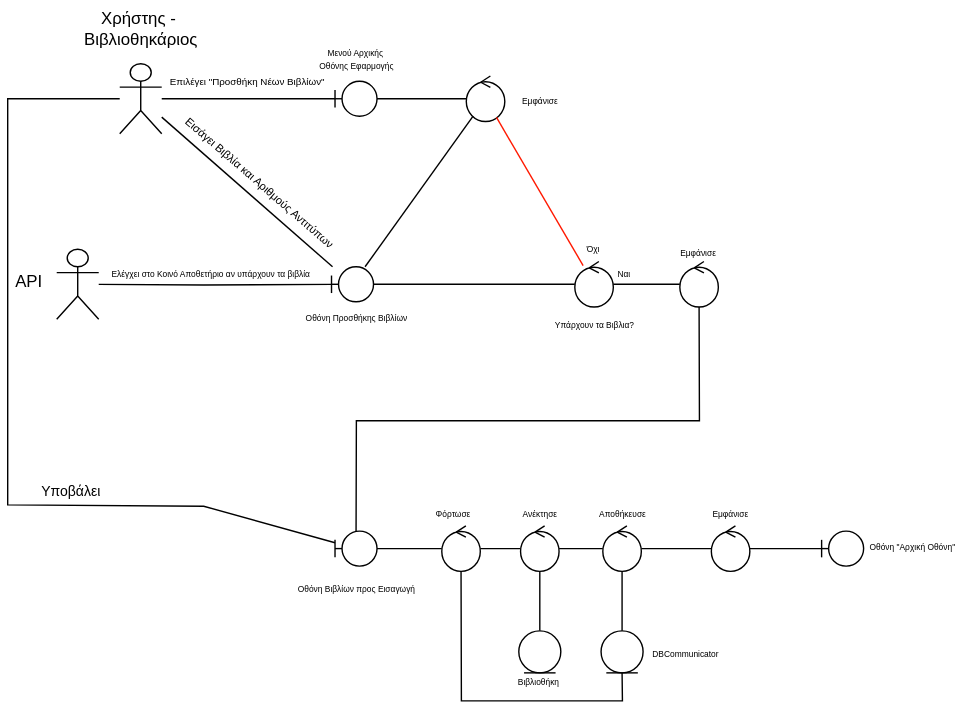
This is 2nd Assignment/Robustness Diagrams/Robustness-Diagram-v0.1-Προσθήκη Νέων Βιβλίων στην Βάση Δεδομένων.svg from CallMeJasonYT/LibraVision, a draw.io export, as it was before one commit. Source tidied: cells renumbered, new cells last; positions are measured from the earlier drawing's top-left corner, leaving out a move shared by most shapes.
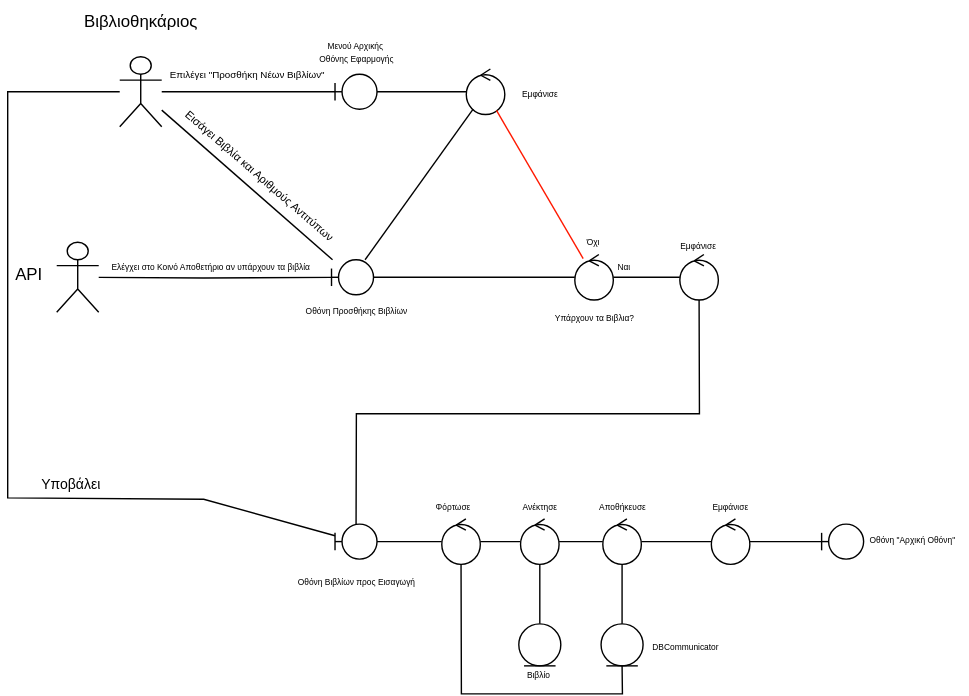
The same diagram one commit later.

Commit message:
Robustness-Diagram-v0.1-Προσθήκη Νέων Βιβλίων στην Βάση Δεδομένων

What changed in the source:
```diff
@@ -8,8 +8,8 @@
     <mxCell id="3" style="shape=umlBoundary;whiteSpace=wrap;html=1;fontSize=10;" parent="1" vertex="1">
       <mxGeometry x="238.8" y="57.5" width="30" height="25" as="geometry" />
     </mxCell>
-    <mxCell id="4" value="Χρήστης -&amp;nbsp;&lt;div&gt;Βιβλιοθηκάριος&lt;/div&gt;" style="text;html=1;align=center;verticalAlign=middle;strokeColor=none;fillColor=none;" parent="1" vertex="1">
-      <mxGeometry x="50" width="100" height="40" as="geometry" />
+    <mxCell id="4" value="&lt;span style=&quot;background-color: initial;&quot;&gt;Βιβλιοθηκάριος&lt;/span&gt;" style="text;html=1;align=center;verticalAlign=middle;strokeColor=none;fillColor=none;" parent="1" vertex="1">
+      <mxGeometry x="50" y="5" width="100" height="30" as="geometry" />
     </mxCell>
     <mxCell id="5" style="ellipse;shape=umlControl;whiteSpace=wrap;html=1;" parent="1" vertex="1">
       <mxGeometry x="332.5" y="53.8" width="27.5" height="32.5" as="geometry" />
@@ -181,8 +181,8 @@
     <mxCell id="54" style="edgeStyle=none;rounded=0;jettySize=auto;html=1;endArrow=none;endFill=0;" parent="1" edge="1" source="49" target="32">
       <mxGeometry relative="1" as="geometry" />
     </mxCell>
-    <mxCell id="55" value="&lt;span style=&quot;font-size: 6px;&quot;&gt;Βιβλιοθήκη&lt;/span&gt;" style="text;html=1;align=center;verticalAlign=middle;strokeColor=none;fillColor=none;spacing=0;spacingLeft=-2;" parent="1" vertex="1">
-      <mxGeometry x="365" y="475" width="40" height="20" as="geometry" />
+    <mxCell id="55" value="&lt;span style=&quot;font-size: 6px;&quot;&gt;Βιβλίο&lt;/span&gt;" style="text;html=1;align=center;verticalAlign=middle;strokeColor=none;fillColor=none;spacing=0;spacingLeft=-2;" parent="1" vertex="1">
+      <mxGeometry x="370" y="475" width="30" height="20" as="geometry" />
     </mxCell>
   </root>
 </mxGraphModel>
```
